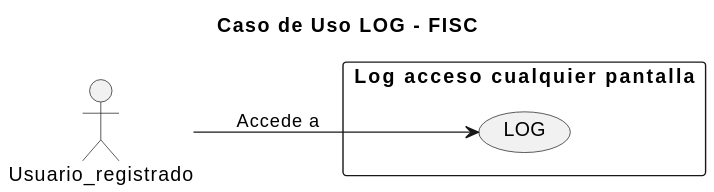
Above: imagenes/casosDeUso/versionesPasadas/CasoUsoLog.svg in mmasias/23-24-IdSw1-SDR (PlantUML), before the change.
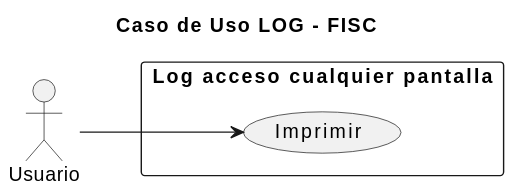
Later version of the same file.

What changed in the source:
```diff
@@ -3,13 +3,12 @@
 
 left to right direction
 
-actor Usuario_registrado as user
+actor Usuario as user
 
 
 rectangle "Log acceso cualquier pantalla" {
-    usecase "LOG" as log
-
+    usecase "Imprimir" as log
 }
 
-user --> log: "Accede a"
+user --> log
 @enduml
```
